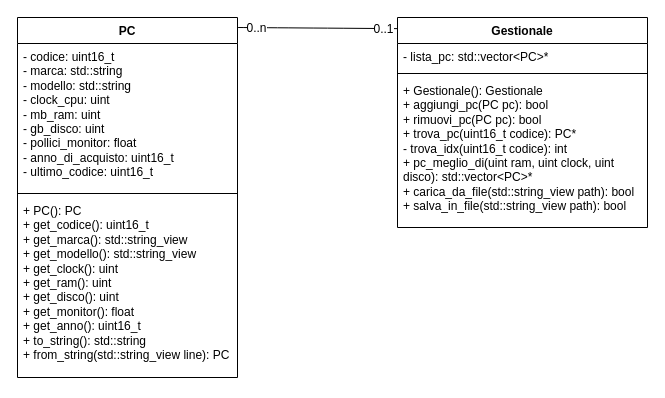
Before: Gestionale_UML.drawio in gifede/UML_21_10_2026, a draw.io diagram. Source tidied: cells renumbered, new cells numbered last; positions are measured from the earlier drawing's top-left corner, leaving out a move shared by most shapes. Both pictures are drawn from the tidied source at 100%, with x=0, y=0 at pixel (17, 17).
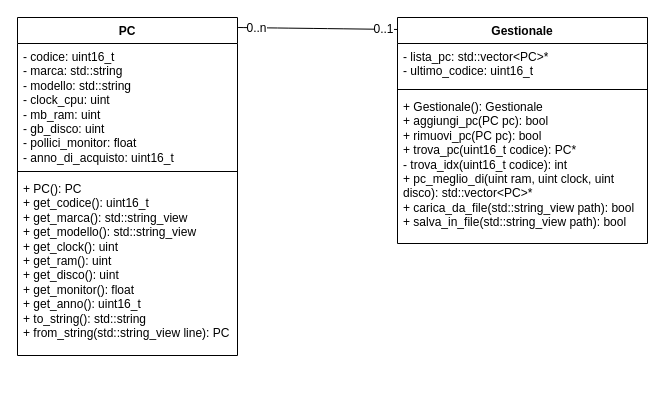
After the change.

Commit message:
ultimo codice più adeguato al gestionale

What changed in the source:
```diff
@@
 <mxGraphModel>
   <root>
     <mxCell id="0" />
     <mxCell id="1" parent="0" />
     <mxCell id="2" value="PC" style="swimlane;fontStyle=1;align=center;verticalAlign=top;horizontal=1;startSize=26;whiteSpace=wrap;html=1;" parent="1" vertex="1">
-      <mxGeometry width="220" height="360" as="geometry" />
+      <mxGeometry width="220" height="338" as="geometry" />
     </mxCell>
-    <mxCell id="3" value="&lt;div&gt;- codice: uint16_t&lt;/div&gt;&lt;div&gt;- marca: std::string&lt;/div&gt;&lt;div&gt;- modello: std::string&lt;/div&gt;&lt;div&gt;- clock_cpu: uint&lt;/div&gt;&lt;div&gt;- mb_ram: uint&lt;/div&gt;&lt;div&gt;- gb_disco: uint&lt;/div&gt;&lt;div&gt;- pollici_monitor: float&lt;/div&gt;&lt;div&gt;- anno_di_acquisto: uint16_t&lt;/div&gt;&lt;div&gt;- ultimo_codice: uint16_t&lt;/div&gt;" style="text;strokeColor=none;fillColor=none;align=left;verticalAlign=top;spacingLeft=4;spacingRight=4;overflow=hidden;whiteSpace=wrap;html=1;" parent="2" vertex="1">
-      <mxGeometry y="26" width="220" height="146" as="geometry" />
+    <mxCell id="3" value="&lt;div&gt;- codice: uint16_t&lt;/div&gt;&lt;div&gt;- marca: std::string&lt;/div&gt;&lt;div&gt;- modello: std::string&lt;/div&gt;&lt;div&gt;- clock_cpu: uint&lt;/div&gt;&lt;div&gt;- mb_ram: uint&lt;/div&gt;&lt;div&gt;- gb_disco: uint&lt;/div&gt;&lt;div&gt;- pollici_monitor: float&lt;/div&gt;&lt;div&gt;- anno_di_acquisto: uint16_t&lt;/div&gt;&lt;div&gt;&lt;br&gt;&lt;/div&gt;" style="text;strokeColor=none;fillColor=none;align=left;verticalAlign=top;spacingLeft=4;spacingRight=4;overflow=hidden;whiteSpace=wrap;html=1;" parent="2" vertex="1">
+      <mxGeometry y="26" width="220" height="124" as="geometry" />
     </mxCell>
     <mxCell id="4" style="line;strokeWidth=1;fillColor=none;align=left;verticalAlign=middle;spacingTop=-1;spacingLeft=3;spacingRight=3;labelPosition=right;strokeColor=inherit;" parent="2" vertex="1">
-      <mxGeometry y="172" width="220" height="8" as="geometry" />
+      <mxGeometry y="150" width="220" height="8" as="geometry" />
     </mxCell>
     <mxCell id="5" value="&lt;div&gt;+ PC(): PC&lt;/div&gt;&lt;div&gt;+ get_codice(): uint16_t&lt;/div&gt;&lt;div&gt;+ get_marca(): std::string_view&lt;/div&gt;&lt;div&gt;+ get_modello(): std::string_view&lt;/div&gt;&lt;div&gt;+ get_clock(): uint&lt;/div&gt;&lt;div&gt;+ get_ram(): uint&lt;/div&gt;&lt;div&gt;+ get_disco(): uint&lt;/div&gt;&lt;div&gt;+ get_monitor(): float&lt;/div&gt;&lt;div&gt;+ get_anno(): uint16_t&lt;/div&gt;&lt;div&gt;+ to_string(): std::string&lt;/div&gt;&lt;div&gt;+ from_string(std::string_view line): PC&lt;/div&gt;" style="text;strokeColor=none;fillColor=none;align=left;verticalAlign=top;spacingLeft=4;spacingRight=4;overflow=hidden;whiteSpace=wrap;html=1;" parent="2" vertex="1">
-      <mxGeometry y="180" width="220" height="180" as="geometry" />
+      <mxGeometry y="158" width="220" height="180" as="geometry" />
     </mxCell>
     <mxCell id="6" value="Gestionale" style="swimlane;fontStyle=1;align=center;verticalAlign=top;horizontal=1;startSize=26;whiteSpace=wrap;html=1;" parent="1" vertex="1">
-      <mxGeometry x="380" width="250" height="210" as="geometry" />
+      <mxGeometry x="380" width="250" height="226" as="geometry" />
     </mxCell>
-    <mxCell id="7" value="- lista_pc: std::vector&amp;lt;PC&amp;gt;*" style="text;strokeColor=none;fillColor=none;align=left;verticalAlign=top;spacingLeft=4;spacingRight=4;overflow=hidden;whiteSpace=wrap;html=1;" parent="6" vertex="1">
-      <mxGeometry y="26" width="250" height="26" as="geometry" />
+    <mxCell id="7" value="&lt;div&gt;- lista_pc: std::vector&amp;lt;PC&amp;gt;*&lt;/div&gt;- ultimo_codice: uint16_t" style="text;strokeColor=none;fillColor=none;align=left;verticalAlign=top;spacingLeft=4;spacingRight=4;overflow=hidden;whiteSpace=wrap;html=1;" parent="6" vertex="1">
+      <mxGeometry y="26" width="250" height="42" as="geometry" />
     </mxCell>
     <mxCell id="8" style="line;strokeWidth=1;fillColor=none;align=left;verticalAlign=middle;spacingTop=-1;spacingLeft=3;spacingRight=3;labelPosition=right;strokeColor=inherit;" parent="6" vertex="1">
-      <mxGeometry y="52" width="250" height="8" as="geometry" />
+      <mxGeometry y="68" width="250" height="8" as="geometry" />
     </mxCell>
     <mxCell id="9" value="&lt;div&gt;+ Gestionale(): Gestionale&amp;nbsp;&lt;/div&gt;&lt;div&gt;+ aggiungi_pc(PC pc): bool&lt;/div&gt;&lt;div&gt;+ rimuovi_pc(PC pc): bool&lt;/div&gt;&lt;div&gt;+ trova_pc(uint16_t codice): PC*&lt;/div&gt;&lt;div&gt;- trova_idx(uint16_t codice): int&lt;/div&gt;&lt;div&gt;+ pc_meglio_di(uint ram, uint clock, uint disco): std::vector&amp;lt;PC&amp;gt;*&lt;/div&gt;&lt;div&gt;+ carica_da_file(std::string_view path): bool&lt;/div&gt;&lt;div&gt;+ salva_in_file(std::string_view path): bool&lt;/div&gt;" style="text;strokeColor=none;fillColor=none;align=left;verticalAlign=top;spacingLeft=4;spacingRight=4;overflow=hidden;whiteSpace=wrap;html=1;" parent="6" vertex="1">
-      <mxGeometry y="60" width="250" height="150" as="geometry" />
+      <mxGeometry y="76" width="250" height="150" as="geometry" />
     </mxCell>
     <mxCell id="10" style="edgeStyle=none;jettySize=auto;html=1;rounded=0;fontSize=12;startSize=8;endSize=8;curved=1;entryX=0;entryY=0.053;entryDx=0;entryDy=0;entryPerimeter=0;endArrow=none;endFill=0;" parent="1" edge="1" target="6">
       <mxGeometry relative="1" as="geometry">
         <mxPoint x="220" y="10" as="sourcePoint" />
       </mxGeometry>
     </mxCell>
     <mxCell id="11" value="0..n" style="edgeLabel;html=1;align=center;verticalAlign=middle;fontSize=12;" parent="10" vertex="1">
       <mxGeometry x="-0.76" y="-2" relative="1" as="geometry">
         <mxPoint y="-2" as="offset" />
       </mxGeometry>
     </mxCell>
     <mxCell id="12" value="0..1" style="edgeLabel;html=1;align=center;verticalAlign=middle;fontSize=12;" parent="10" vertex="1">
       <mxGeometry x="0.81" y="4" relative="1" as="geometry">
         <mxPoint y="4" as="offset" />
       </mxGeometry>
     </mxCell>
   </root>
 </mxGraphModel>
```
